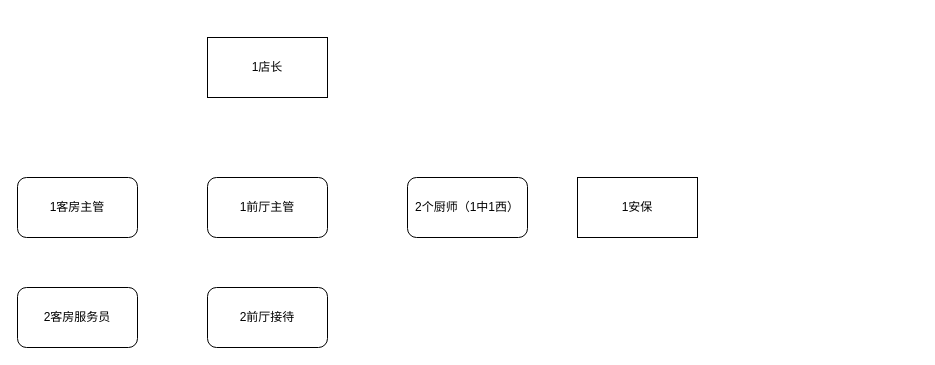
Before: xzzh/阅漫酒店情况.drawio in daniel-7d/draw, a draw.io diagram. Source tidied: cells renumbered, new cells numbered last; positions are measured from the earlier drawing's top-left corner, leaving out a move shared by most shapes. Both pictures are drawn from the tidied source at 100%, with x=0, y=0 at pixel (17, 37).
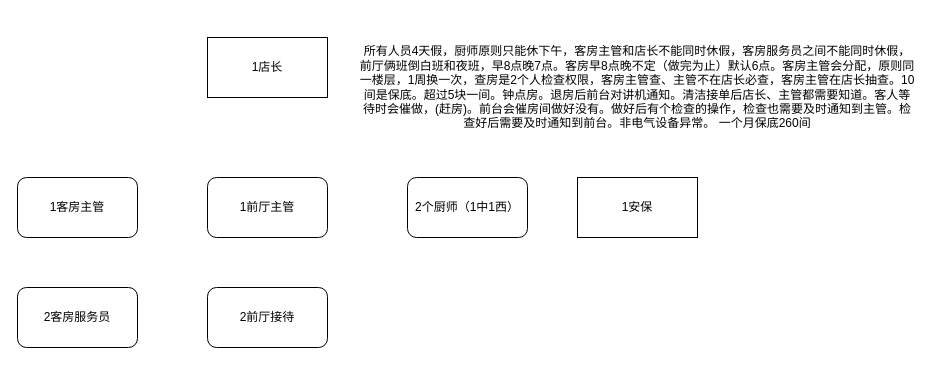
Above is the later version.

Commit message:
更新阅漫酒店情况.drawio

What changed in the source:
```diff
@@
 <mxGraphModel>
   <root>
     <mxCell id="0" />
     <mxCell id="1" parent="0" />
     <mxCell id="2" value="1店长" style="rounded=0;whiteSpace=wrap;html=1;" parent="1" vertex="1">
       <mxGeometry x="190" width="120" height="60" as="geometry" />
     </mxCell>
     <mxCell id="3" value="2客房服务员" style="rounded=1;whiteSpace=wrap;html=1;" parent="1" vertex="1">
       <mxGeometry y="250" width="120" height="60" as="geometry" />
     </mxCell>
     <mxCell id="4" value="1客房主管" style="rounded=1;whiteSpace=wrap;html=1;" parent="1" vertex="1">
       <mxGeometry y="140" width="120" height="60" as="geometry" />
     </mxCell>
     <mxCell id="5" value="1前厅主管" style="rounded=1;whiteSpace=wrap;html=1;" parent="1" vertex="1">
       <mxGeometry x="190" y="140" width="120" height="60" as="geometry" />
     </mxCell>
     <mxCell id="6" value="2前厅接待" style="rounded=1;whiteSpace=wrap;html=1;" parent="1" vertex="1">
       <mxGeometry x="190" y="250" width="120" height="60" as="geometry" />
     </mxCell>
     <mxCell id="7" value="2个厨师（1中1西）" style="rounded=1;whiteSpace=wrap;html=1;" parent="1" vertex="1">
       <mxGeometry x="390" y="140" width="120" height="60" as="geometry" />
     </mxCell>
     <mxCell id="8" value="1安保" style="rounded=0;whiteSpace=wrap;html=1;" parent="1" vertex="1">
       <mxGeometry x="560" y="140" width="120" height="60" as="geometry" />
     </mxCell>
+    <mxCell id="9" value="所有人员4天假，厨师原则只能休下午，客房主管和店长不能同时休假，客房服务员之间不能同时休假，前厅俩班倒白班和夜班，早8点晚7点。客房早8点晚不定（做完为止）默认6点。客房主管会分配，原则同一楼层，1周换一次，查房是2个人检查权限，客房主管查、主管不在店长必查，客房主管在店长抽查。10间是保底。超过5块一间。钟点房。退房后前台对讲机通知。清洁接单后店长、主管都需要知道。客人等待时会催做，(赶房)。前台会催房间做好没有。做好后有个检查的操作，检查也需要及时通知到主管。检查好后需要及时通知到前台。非电气设备异常。 一个月保底260间" style="text;html=1;align=center;verticalAlign=middle;whiteSpace=wrap;rounded=0;" parent="1" vertex="1">
+      <mxGeometry x="340" y="-20" width="560" height="140" as="geometry" />
+    </mxCell>
   </root>
 </mxGraphModel>
```
